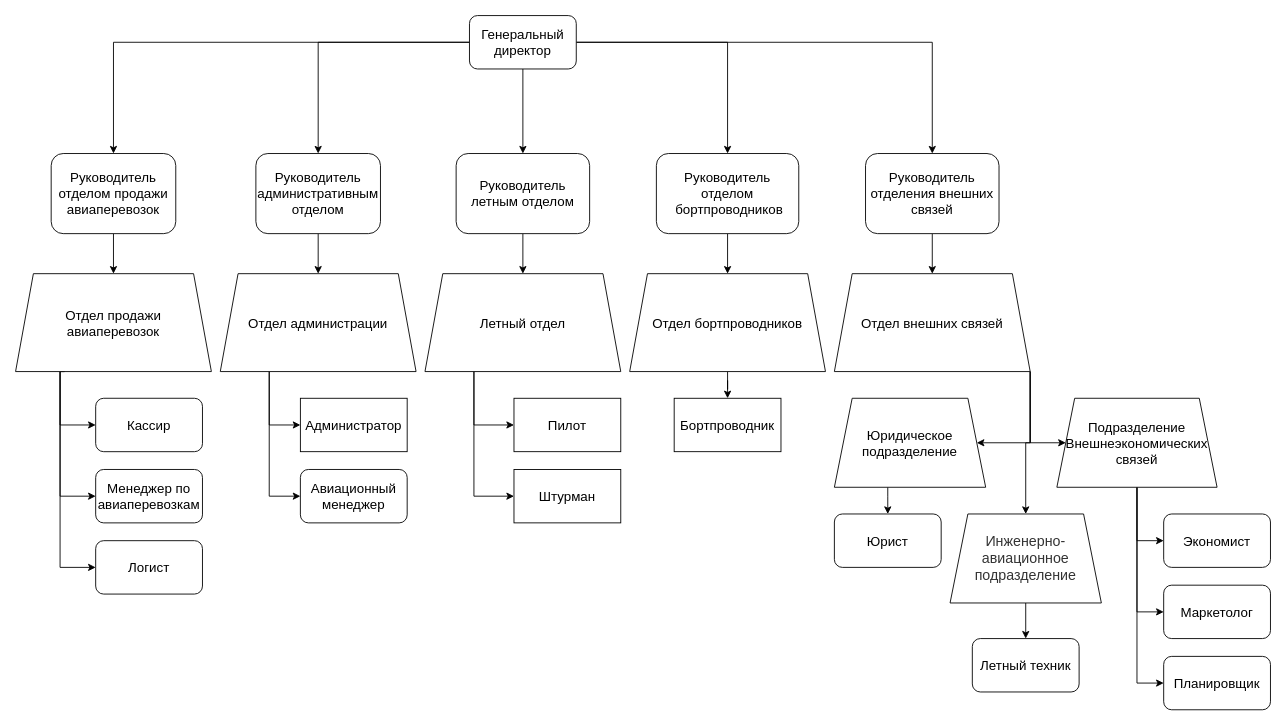
Above: fewfewefwem.drawio in 1DeMeNToR1/RocketModUpdater_32 (draw.io), before the change. Source tidied: cells renumbered, new cells numbered last; positions are measured from the earlier drawing's top-left corner, leaving out a move shared by most shapes. Both pictures are drawn from the tidied source at 89%, with x=0, y=0 at pixel (15, 15).
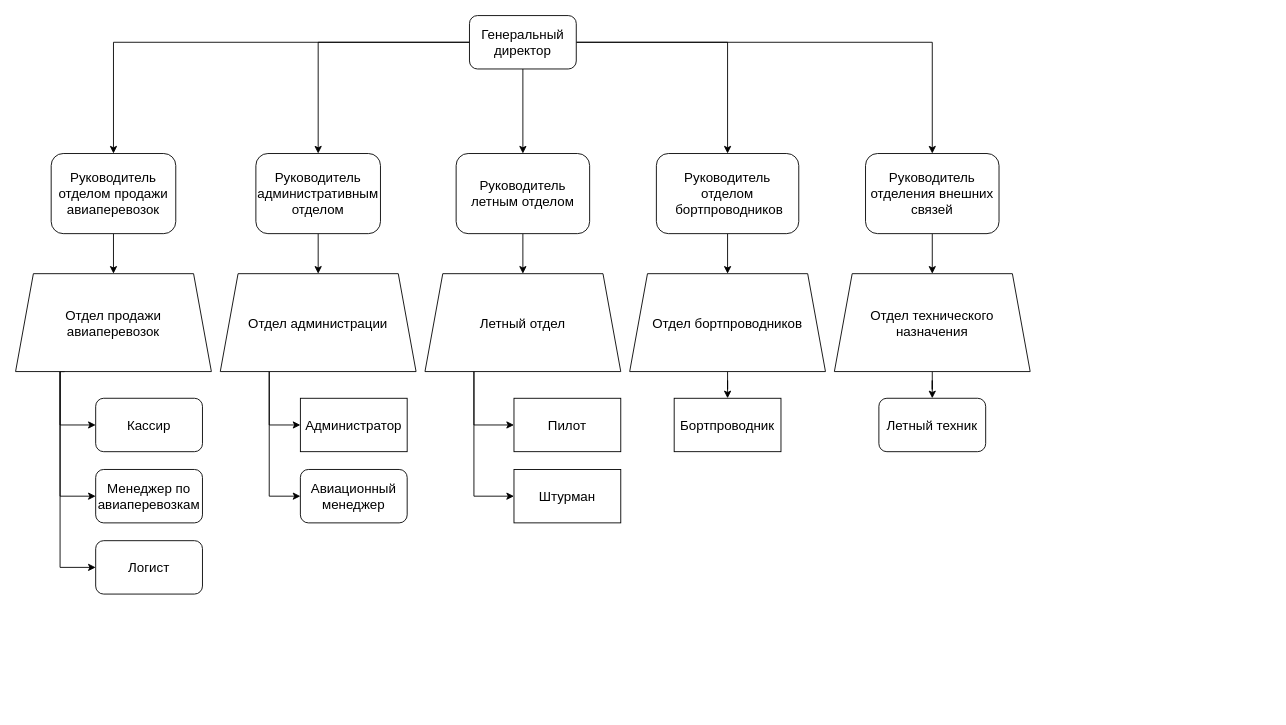
Above is the later version.

Diff of the diagram source:
```diff
@@
-    <mxCell id="34" style="edgeStyle=orthogonalEdgeStyle;rounded=0;jettySize=auto;html=1;exitX=1;exitY=1;exitDx=0;exitDy=0;entryX=1;entryY=0.5;entryDx=0;entryDy=0;fontSize=15;" parent="1" edge="1" source="37" target="39">
-      <mxGeometry relative="1" as="geometry">
-        <Array as="points">
-          <mxPoint x="1140" y="480" />
-        </Array>
-      </mxGeometry>
-    </mxCell>
-    <mxCell id="35" style="edgeStyle=orthogonalEdgeStyle;rounded=0;jettySize=auto;html=1;exitX=1;exitY=1;exitDx=0;exitDy=0;entryX=0;entryY=0.5;entryDx=0;entryDy=0;fontSize=15;" parent="1" edge="1" source="37" target="45">
-      <mxGeometry relative="1" as="geometry">
-        <Array as="points">
-          <mxPoint x="1140" y="480" />
-        </Array>
-      </mxGeometry>
-    </mxCell>
-    <mxCell id="36" style="edgeStyle=orthogonalEdgeStyle;rounded=0;jettySize=auto;html=1;exitX=1;exitY=1;exitDx=0;exitDy=0;entryX=0.5;entryY=0;entryDx=0;entryDy=0;fontSize=15;" parent="1" edge="1" source="37" target="41">
-      <mxGeometry relative="1" as="geometry" />
-    </mxCell>
+    <mxCell id="55" style="edgeStyle=orthogonalEdgeStyle;rounded=0;jettySize=auto;html=1;" parent="1" edge="1" source="37" target="48">
+      <mxGeometry relative="1" as="geometry" />
+    </mxCell>
-    <mxCell id="37" value="&lt;span style=&quot;&quot;&gt;Отдел&amp;nbsp;&lt;/span&gt;внешних связей&lt;span style=&quot;&quot;&gt;&lt;br&gt;&lt;/span&gt;" style="shape=trapezoid;perimeter=trapezoidPerimeter;whiteSpace=wrap;html=1;fixedSize=1;fontSize=15;" parent="1" vertex="1">
+    <mxCell id="37" value="&lt;span style=&quot;&quot;&gt;Отдел технического назначения&lt;/span&gt;&lt;span style=&quot;&quot;&gt;&lt;br&gt;&lt;/span&gt;" style="shape=trapezoid;perimeter=trapezoidPerimeter;whiteSpace=wrap;html=1;fixedSize=1;fontSize=15;" parent="1" vertex="1">
       <mxGeometry x="920" y="290" width="220" height="110" as="geometry" />
     </mxCell>
-    <mxCell id="38" style="edgeStyle=orthogonalEdgeStyle;rounded=0;jettySize=auto;html=1;" parent="1" edge="1" source="39" target="46">
-      <mxGeometry relative="1" as="geometry">
-        <Array as="points">
-          <mxPoint x="980" y="540" />
-          <mxPoint x="980" y="540" />
-        </Array>
-      </mxGeometry>
-    </mxCell>
-    <mxCell id="39" value="Юридическое&lt;br&gt;подразделение" style="shape=trapezoid;perimeter=trapezoidPerimeter;whiteSpace=wrap;html=1;fixedSize=1;fontSize=15;" parent="1" vertex="1">
-      <mxGeometry x="920" y="430" width="170" height="100" as="geometry" />
-    </mxCell>
-    <mxCell id="40" style="edgeStyle=orthogonalEdgeStyle;rounded=0;jettySize=auto;html=1;fontSize=15;" parent="1" edge="1" source="41" target="48">
-      <mxGeometry relative="1" as="geometry" />
-    </mxCell>
-    <mxCell id="41" value="&lt;span style=&quot;color: rgb(51, 51, 51); font-family: &amp;quot;YS Text&amp;quot;, Arial, Helvetica, sans-serif; font-size: 16px; text-align: start; background-color: rgb(255, 255, 255);&quot;&gt;Инженерно-авиационное&lt;br&gt;подразделение&lt;br&gt;&lt;/span&gt;" style="shape=trapezoid;perimeter=trapezoidPerimeter;whiteSpace=wrap;html=1;fixedSize=1;fontSize=15;" parent="1" vertex="1">
-      <mxGeometry x="1050" y="560" width="170" height="100" as="geometry" />
-    </mxCell>
-    <mxCell id="42" style="edgeStyle=orthogonalEdgeStyle;rounded=0;jettySize=auto;html=1;exitX=0.5;exitY=1;exitDx=0;exitDy=0;entryX=0;entryY=0.5;entryDx=0;entryDy=0;fontSize=15;" parent="1" edge="1" source="45" target="47">
-      <mxGeometry relative="1" as="geometry" />
-    </mxCell>
-    <mxCell id="43" style="edgeStyle=orthogonalEdgeStyle;rounded=0;jettySize=auto;html=1;exitX=0.5;exitY=1;exitDx=0;exitDy=0;entryX=0;entryY=0.5;entryDx=0;entryDy=0;fontSize=15;" parent="1" edge="1" source="45" target="52">
-      <mxGeometry relative="1" as="geometry" />
-    </mxCell>
-    <mxCell id="44" style="edgeStyle=orthogonalEdgeStyle;rounded=0;jettySize=auto;html=1;exitX=0.5;exitY=1;exitDx=0;exitDy=0;entryX=0;entryY=0.5;entryDx=0;entryDy=0;fontSize=15;" parent="1" edge="1" source="45" target="53">
-      <mxGeometry relative="1" as="geometry" />
-    </mxCell>
-    <mxCell id="45" value="Подразделение&lt;br&gt;Внешнеэкономических связей" style="shape=trapezoid;perimeter=trapezoidPerimeter;whiteSpace=wrap;html=1;fixedSize=1;fontSize=15;" parent="1" vertex="1">
-      <mxGeometry x="1170" y="430" width="180" height="100" as="geometry" />
-    </mxCell>
-    <mxCell id="46" value="Юрист" style="rounded=1;whiteSpace=wrap;html=1;fontSize=15;" parent="1" vertex="1">
-      <mxGeometry x="920" y="560" width="120" height="60" as="geometry" />
-    </mxCell>
-    <mxCell id="47" value="Экономист" style="rounded=1;whiteSpace=wrap;html=1;fontSize=15;" parent="1" vertex="1">
-      <mxGeometry x="1290" y="560" width="120" height="60" as="geometry" />
-    </mxCell>
     <mxCell id="48" value="Летный техник" style="rounded=1;whiteSpace=wrap;html=1;fontSize=15;" parent="1" vertex="1">
-      <mxGeometry x="1075" y="700" width="120" height="60" as="geometry" />
+      <mxGeometry x="970" y="430" width="120" height="60" as="geometry" />
     </mxCell>
@@
-    <mxCell id="52" value="Маркетолог" style="rounded=1;whiteSpace=wrap;html=1;fontSize=15;" parent="1" vertex="1">
-      <mxGeometry x="1290" y="640" width="120" height="60" as="geometry" />
-    </mxCell>
-    <mxCell id="53" value="Планировщик" style="rounded=1;whiteSpace=wrap;html=1;fontSize=15;" parent="1" vertex="1">
-      <mxGeometry x="1290" y="720" width="120" height="60" as="geometry" />
-    </mxCell>
```
